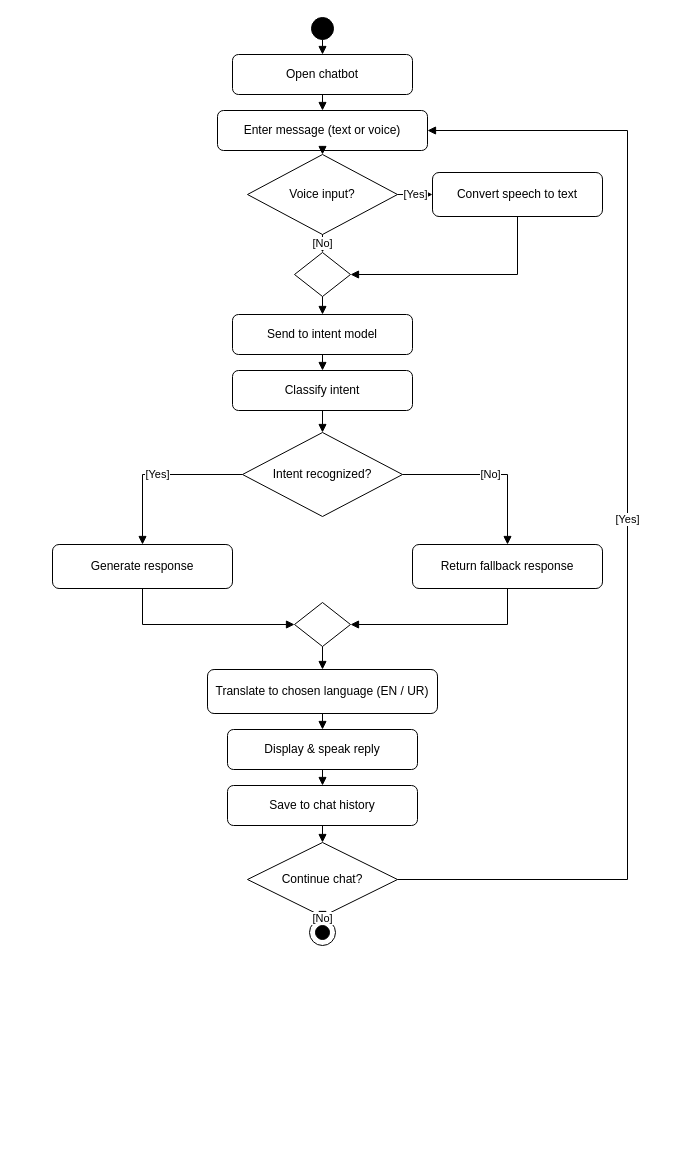
Above: docs/diagrams/activity-ai-chatbot.drawio.xml in Iraj-Shahzad/memoracare- (draw.io), before the change. Source tidied: cells renumbered, new cells numbered last; positions are measured from the earlier drawing's top-left corner, leaving out a move shared by most shapes. Both pictures are drawn from the tidied source at 100%, with x=0, y=0 at pixel (52, 17).
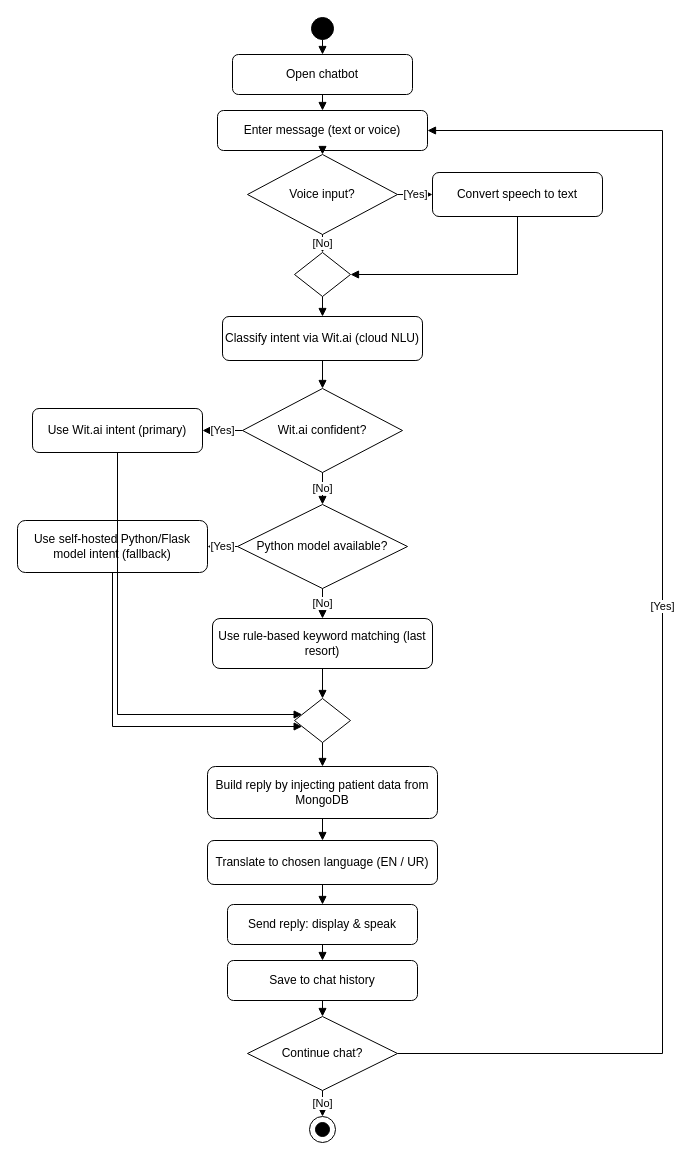
Above is the later version.

Commit message (it also covers changes not shown here):
Activity diagrams: face-recognition (caregiver alert branch), chatbot (Wit.ai->Python->rules cascade), caregiver-dashboard SVGs

The change refers to these unchanged cells:
```xml
<mxCell id="4" value="Enter message (text or voice)" style="rounded=1;whiteSpace=wrap;html=1;fillColor=#ffffff;" parent="1" vertex="1">
  <mxGeometry x="165" y="93" width="210" height="40" as="geometry" />
</mxCell>
```

What changed in the source:
```diff
@@
-    <mxCell id="8" value="Send to intent model" style="rounded=1;whiteSpace=wrap;html=1;fillColor=#ffffff;" parent="1" vertex="1">
-      <mxGeometry x="180" y="297" width="180" height="40" as="geometry" />
+    <mxCell id="8" value="Classify intent via Wit.ai (cloud NLU)" style="rounded=1;whiteSpace=wrap;html=1;fillColor=#ffffff;" parent="1" vertex="1">
+      <mxGeometry x="170" y="299" width="200" height="44" as="geometry" />
     </mxCell>
-    <mxCell id="9" value="Classify intent" style="rounded=1;whiteSpace=wrap;html=1;fillColor=#ffffff;" parent="1" vertex="1">
-      <mxGeometry x="180" y="353" width="180" height="40" as="geometry" />
-    </mxCell>
-    <mxCell id="10" value="Intent recognized?" style="rhombus;whiteSpace=wrap;html=1;fillColor=#ffffff;" parent="1" vertex="1">
-      <mxGeometry x="190" y="415" width="160" height="84" as="geometry" />
-    </mxCell>
-    <mxCell id="11" value="Generate response" style="rounded=1;whiteSpace=wrap;html=1;fillColor=#ffffff;" parent="1" vertex="1">
-      <mxGeometry y="527" width="180" height="44" as="geometry" />
-    </mxCell>
-    <mxCell id="12" value="Return fallback response" style="rounded=1;whiteSpace=wrap;html=1;fillColor=#ffffff;" parent="1" vertex="1">
-      <mxGeometry x="360" y="527" width="190" height="44" as="geometry" />
-    </mxCell>
-    <mxCell id="13" style="rhombus;whiteSpace=wrap;html=1;fillColor=#ffffff;" parent="1" vertex="1">
-      <mxGeometry x="242" y="585" width="56" height="44" as="geometry" />
-    </mxCell>
+    <mxCell id="39" value="Wit.ai confident?" style="rhombus;whiteSpace=wrap;html=1;fillColor=#ffffff;" parent="1" vertex="1">
+      <mxGeometry x="190" y="371" width="160" height="84" as="geometry" />
+    </mxCell>
+    <mxCell id="40" value="Use Wit.ai intent (primary)" style="rounded=1;whiteSpace=wrap;html=1;fillColor=#ffffff;" parent="1" vertex="1">
+      <mxGeometry x="-20" y="391" width="170" height="44" as="geometry" />
+    </mxCell>
+    <mxCell id="41" value="Python model available?" style="rhombus;whiteSpace=wrap;html=1;fillColor=#ffffff;" parent="1" vertex="1">
+      <mxGeometry x="185" y="487" width="170" height="84" as="geometry" />
+    </mxCell>
+    <mxCell id="42" value="Use self-hosted Python/Flask model intent (fallback)" style="rounded=1;whiteSpace=wrap;html=1;fillColor=#ffffff;" parent="1" vertex="1">
+      <mxGeometry x="-35" y="503" width="190" height="52" as="geometry" />
+    </mxCell>
+    <mxCell id="43" value="Use rule-based keyword matching (last resort)" style="rounded=1;whiteSpace=wrap;html=1;fillColor=#ffffff;" parent="1" vertex="1">
+      <mxGeometry x="160" y="601" width="220" height="50" as="geometry" />
+    </mxCell>
+    <mxCell id="44" style="rhombus;whiteSpace=wrap;html=1;fillColor=#ffffff;" parent="1" vertex="1">
+      <mxGeometry x="242" y="681" width="56" height="44" as="geometry" />
+    </mxCell>
+    <mxCell id="45" value="Build reply by injecting patient data from MongoDB" style="rounded=1;whiteSpace=wrap;html=1;fillColor=#ffffff;" parent="1" vertex="1">
+      <mxGeometry x="155" y="749" width="230" height="52" as="geometry" />
+    </mxCell>
     <mxCell id="14" value="Translate to chosen language (EN / UR)" style="rounded=1;whiteSpace=wrap;html=1;fillColor=#ffffff;" parent="1" vertex="1">
-      <mxGeometry x="155" y="652" width="230" height="44" as="geometry" />
+      <mxGeometry x="155" y="823" width="230" height="44" as="geometry" />
     </mxCell>
-    <mxCell id="15" value="Display &amp; speak reply" style="rounded=1;whiteSpace=wrap;html=1;fillColor=#ffffff;" parent="1" vertex="1">
-      <mxGeometry x="175" y="712" width="190" height="40" as="geometry" />
+    <mxCell id="15" value="Send reply: display &amp; speak" style="rounded=1;whiteSpace=wrap;html=1;fillColor=#ffffff;" parent="1" vertex="1">
+      <mxGeometry x="175" y="887" width="190" height="40" as="geometry" />
     </mxCell>
     <mxCell id="16" value="Save to chat history" style="rounded=1;whiteSpace=wrap;html=1;fillColor=#ffffff;" parent="1" vertex="1">
-      <mxGeometry x="175" y="768" width="190" height="40" as="geometry" />
+      <mxGeometry x="175" y="943" width="190" height="40" as="geometry" />
     </mxCell>
     <mxCell id="17" value="Continue chat?" style="rhombus;whiteSpace=wrap;html=1;fillColor=#ffffff;" parent="1" vertex="1">
-      <mxGeometry x="195" y="825" width="150" height="74" as="geometry" />
+      <mxGeometry x="195" y="999" width="150" height="74" as="geometry" />
     </mxCell>
     <mxCell id="18" style="ellipse;html=1;fillColor=#ffffff;strokeColor=#000000;" parent="1" vertex="1">
-      <mxGeometry x="257" y="902" width="26" height="26" as="geometry" />
+      <mxGeometry x="257" y="1099" width="26" height="26" as="geometry" />
     </mxCell>
     <mxCell id="19" style="ellipse;html=1;fillColor=#000000;strokeColor=#000000;" parent="1" vertex="1">
-      <mxGeometry x="263" y="908" width="14" height="14" as="geometry" />
+      <mxGeometry x="263" y="1105" width="14" height="14" as="geometry" />
     </mxCell>
@@
-    <mxCell id="27" style="endArrow=block;html=1;" parent="1" edge="1" source="8" target="9">
-      <mxGeometry relative="1" as="geometry" />
-    </mxCell>
-    <mxCell id="28" style="endArrow=block;html=1;" parent="1" edge="1" source="9" target="10">
-      <mxGeometry relative="1" as="geometry" />
-    </mxCell>
-    <mxCell id="29" value="[Yes]" style="endArrow=block;html=1;edgeStyle=orthogonalEdgeStyle;rounded=0;" parent="1" edge="1" source="10" target="11">
-      <mxGeometry relative="1" as="geometry">
-        <Array as="points">
-          <mxPoint x="90" y="457" />
-        </Array>
-      </mxGeometry>
-    </mxCell>
-    <mxCell id="30" value="[No]" style="endArrow=block;html=1;edgeStyle=orthogonalEdgeStyle;rounded=0;" parent="1" edge="1" source="10" target="12">
-      <mxGeometry relative="1" as="geometry">
-        <Array as="points">
-          <mxPoint x="455" y="457" />
-        </Array>
-      </mxGeometry>
-    </mxCell>
-    <mxCell id="31" style="endArrow=block;html=1;edgeStyle=orthogonalEdgeStyle;rounded=0;" parent="1" edge="1" source="11" target="13">
-      <mxGeometry relative="1" as="geometry">
-        <Array as="points">
-          <mxPoint x="90" y="607" />
-        </Array>
-      </mxGeometry>
-    </mxCell>
-    <mxCell id="32" style="endArrow=block;html=1;edgeStyle=orthogonalEdgeStyle;rounded=0;" parent="1" edge="1" source="12" target="13">
-      <mxGeometry relative="1" as="geometry">
-        <Array as="points">
-          <mxPoint x="455" y="607" />
-        </Array>
-      </mxGeometry>
-    </mxCell>
-    <mxCell id="33" style="endArrow=block;html=1;" parent="1" edge="1" source="13" target="14">
-      <mxGeometry relative="1" as="geometry" />
-    </mxCell>
+    <mxCell id="46" style="endArrow=block;html=1;" parent="1" edge="1" source="8" target="39">
+      <mxGeometry relative="1" as="geometry" />
+    </mxCell>
+    <mxCell id="47" value="[Yes]" style="endArrow=block;html=1;edgeStyle=orthogonalEdgeStyle;rounded=0;" parent="1" edge="1" source="39" target="40">
+      <mxGeometry relative="1" as="geometry" />
+    </mxCell>
+    <mxCell id="48" value="[No]" style="endArrow=block;html=1;" parent="1" edge="1" source="39" target="41">
+      <mxGeometry relative="1" as="geometry" />
+    </mxCell>
+    <mxCell id="49" value="[Yes]" style="endArrow=block;html=1;edgeStyle=orthogonalEdgeStyle;rounded=0;" parent="1" edge="1" source="41" target="42">
+      <mxGeometry relative="1" as="geometry" />
+    </mxCell>
+    <mxCell id="50" value="[No]" style="endArrow=block;html=1;" parent="1" edge="1" source="41" target="43">
+      <mxGeometry relative="1" as="geometry" />
+    </mxCell>
+    <mxCell id="51" style="endArrow=block;html=1;edgeStyle=orthogonalEdgeStyle;rounded=0;" parent="1" edge="1" source="40" target="44">
+      <mxGeometry relative="1" as="geometry">
+        <Array as="points">
+          <mxPoint x="65" y="697" />
+        </Array>
+      </mxGeometry>
+    </mxCell>
+    <mxCell id="52" style="endArrow=block;html=1;edgeStyle=orthogonalEdgeStyle;rounded=0;" parent="1" edge="1" source="42" target="44">
+      <mxGeometry relative="1" as="geometry">
+        <Array as="points">
+          <mxPoint x="60" y="709" />
+        </Array>
+      </mxGeometry>
+    </mxCell>
+    <mxCell id="53" style="endArrow=block;html=1;" parent="1" edge="1" source="43" target="44">
+      <mxGeometry relative="1" as="geometry" />
+    </mxCell>
+    <mxCell id="54" style="endArrow=block;html=1;" parent="1" edge="1" source="44" target="45">
+      <mxGeometry relative="1" as="geometry" />
+    </mxCell>
-    <mxCell id="34" style="endArrow=block;html=1;" parent="1" edge="1" source="14" target="15">
+    <mxCell id="34" style="endArrow=block;html=1;" parent="1" edge="1" source="45" target="14">
       <mxGeometry relative="1" as="geometry" />
     </mxCell>
-    <mxCell id="35" style="endArrow=block;html=1;" parent="1" edge="1" source="15" target="16">
+    <mxCell id="35" style="endArrow=block;html=1;" parent="1" edge="1" source="14" target="15">
       <mxGeometry relative="1" as="geometry" />
     </mxCell>
-    <mxCell id="36" style="endArrow=block;html=1;" parent="1" edge="1" source="16" target="17">
+    <mxCell id="36" style="endArrow=block;html=1;" parent="1" edge="1" source="15" target="16">
       <mxGeometry relative="1" as="geometry" />
     </mxCell>
+    <mxCell id="55" style="endArrow=block;html=1;" parent="1" edge="1" source="16" target="17">
+      <mxGeometry relative="1" as="geometry" />
+    </mxCell>
     <mxCell id="37" value="[Yes]" style="endArrow=block;html=1;edgeStyle=orthogonalEdgeStyle;rounded=0;" parent="1" edge="1" source="17" target="4">
       <mxGeometry relative="1" as="geometry">
         <Array as="points">
-          <mxPoint x="575" y="862" />
-          <mxPoint x="575" y="113" />
+          <mxPoint x="610" y="1036" />
+          <mxPoint x="610" y="113" />
         </Array>
       </mxGeometry>
     </mxCell>
```
